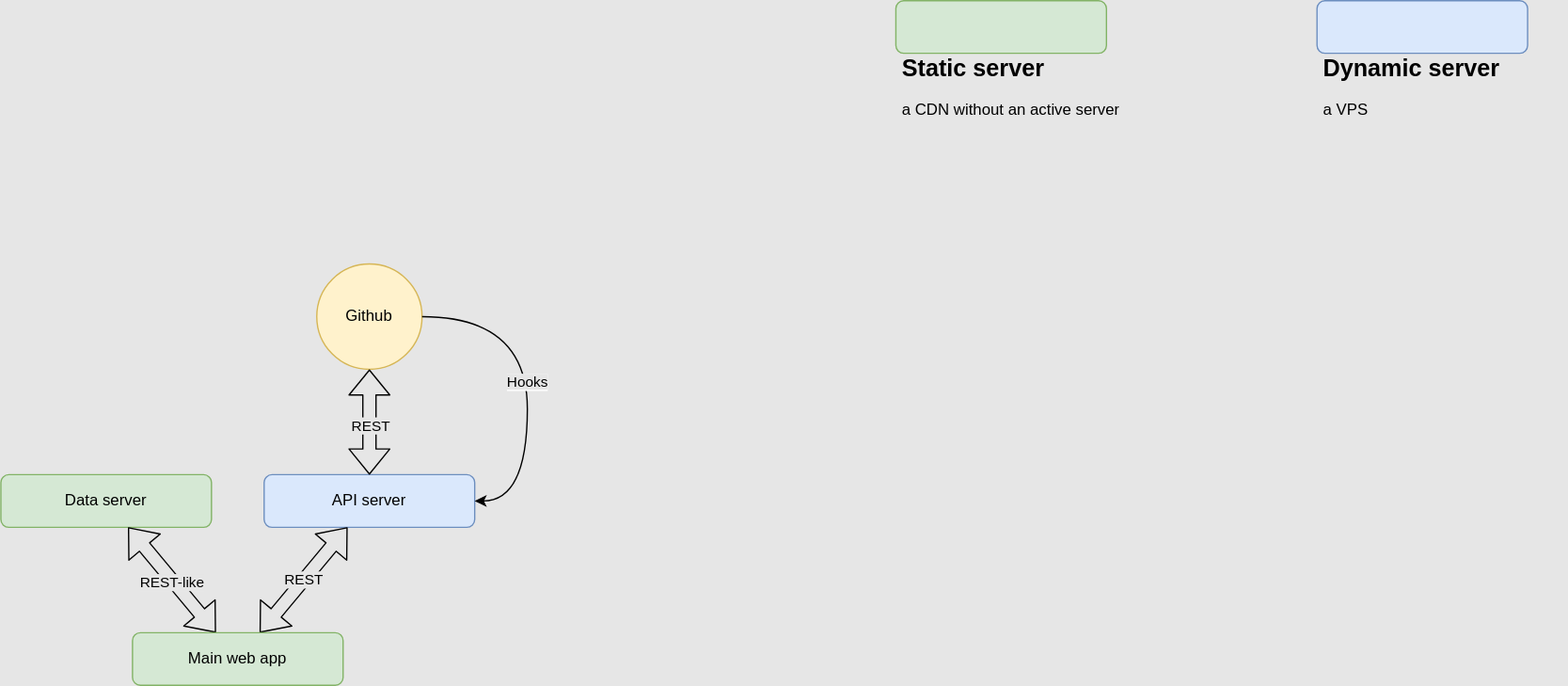
This is dzcode/website-infrastructure.svg from ZibanPirate/drawings, a draw.io export, as it was before one commit. Source tidied: cells renumbered, new cells last; positions are measured from the earlier drawing's top-left corner, leaving out a move shared by most shapes.
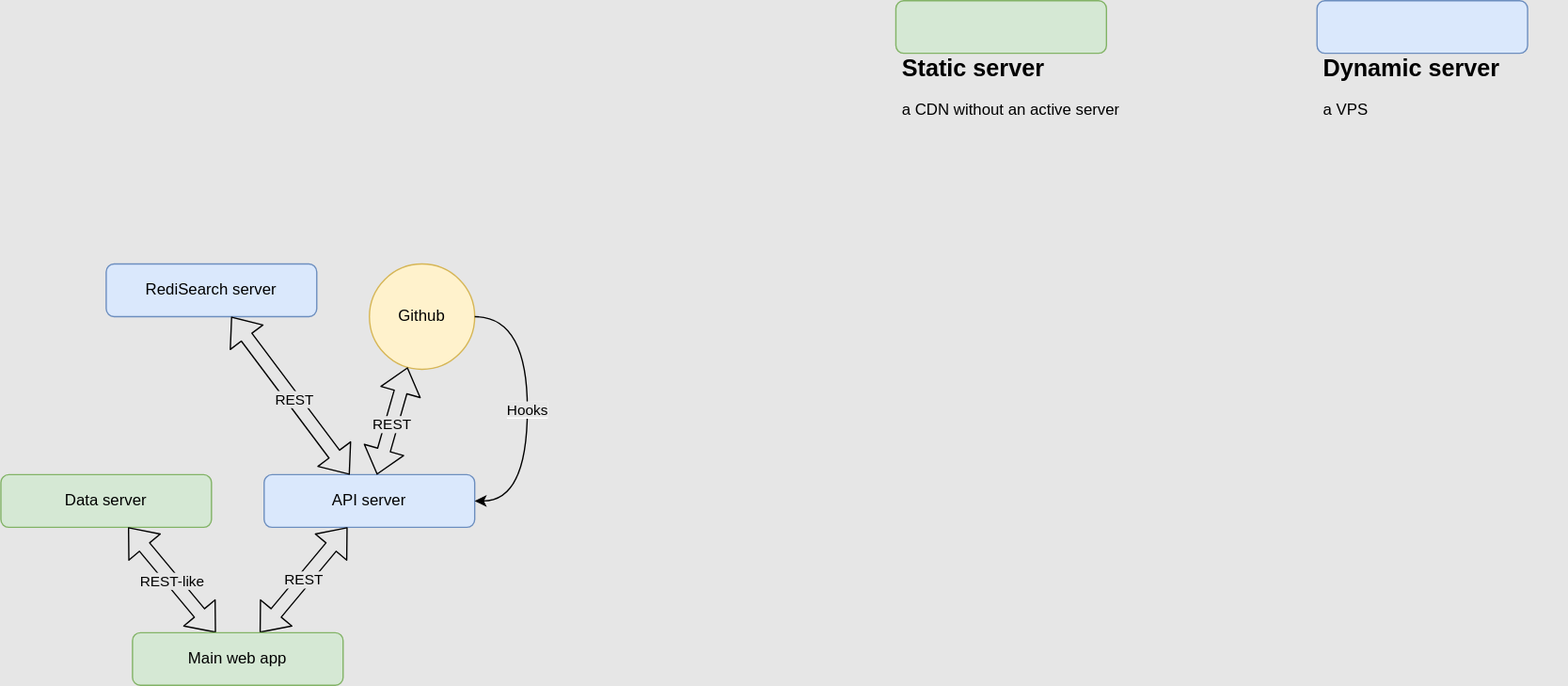
Later version of the same file.

What changed in the source:
```diff
@@ -9,7 +9,7 @@
       <mxGeometry x="200" y="360" width="160" height="40" as="geometry" />
     </mxCell>
     <mxCell id="4" value="Github" style="ellipse;whiteSpace=wrap;html=1;fillColor=#fff2cc;strokeColor=#d6b656;" parent="1" vertex="1">
-      <mxGeometry x="240" y="200" width="80" height="80" as="geometry" />
+      <mxGeometry x="280" y="200" width="80" height="80" as="geometry" />
     </mxCell>
     <mxCell id="5" style="shape=flexArrow;endArrow=classic;startArrow=classic;html=1;" parent="1" edge="1" source="3" target="4">
       <mxGeometry relative="1" as="geometry" />
@@ -58,5 +58,14 @@
     <mxCell id="18" value="&lt;h1 style=&quot;font-size: 18px&quot;&gt;Dynamic server&lt;/h1&gt;&lt;p&gt;a VPS&lt;/p&gt;" style="text;html=1;strokeColor=none;fillColor=none;spacing=5;spacingTop=-20;whiteSpace=wrap;overflow=hidden;rounded=0;" parent="16" vertex="1">
       <mxGeometry y="40" width="190" height="120" as="geometry" />
     </mxCell>
+    <mxCell id="19" value="RediSearch server" style="rounded=1;whiteSpace=wrap;html=1;fillColor=#dae8fc;strokeColor=#6c8ebf;" parent="1" vertex="1">
+      <mxGeometry x="80" y="200" width="160" height="40" as="geometry" />
+    </mxCell>
+    <mxCell id="20" style="shape=flexArrow;endArrow=classic;startArrow=classic;html=1;" parent="1" edge="1" source="3" target="19">
+      <mxGeometry relative="1" as="geometry" />
+    </mxCell>
+    <mxCell id="21" value="REST" style="edgeLabel;html=1;align=center;verticalAlign=middle;labelBackgroundColor=#E6E6E6;" parent="20" vertex="1">
+      <mxGeometry x="-0.05" relative="1" as="geometry" />
+    </mxCell>
   </root>
 </mxGraphModel>
```
